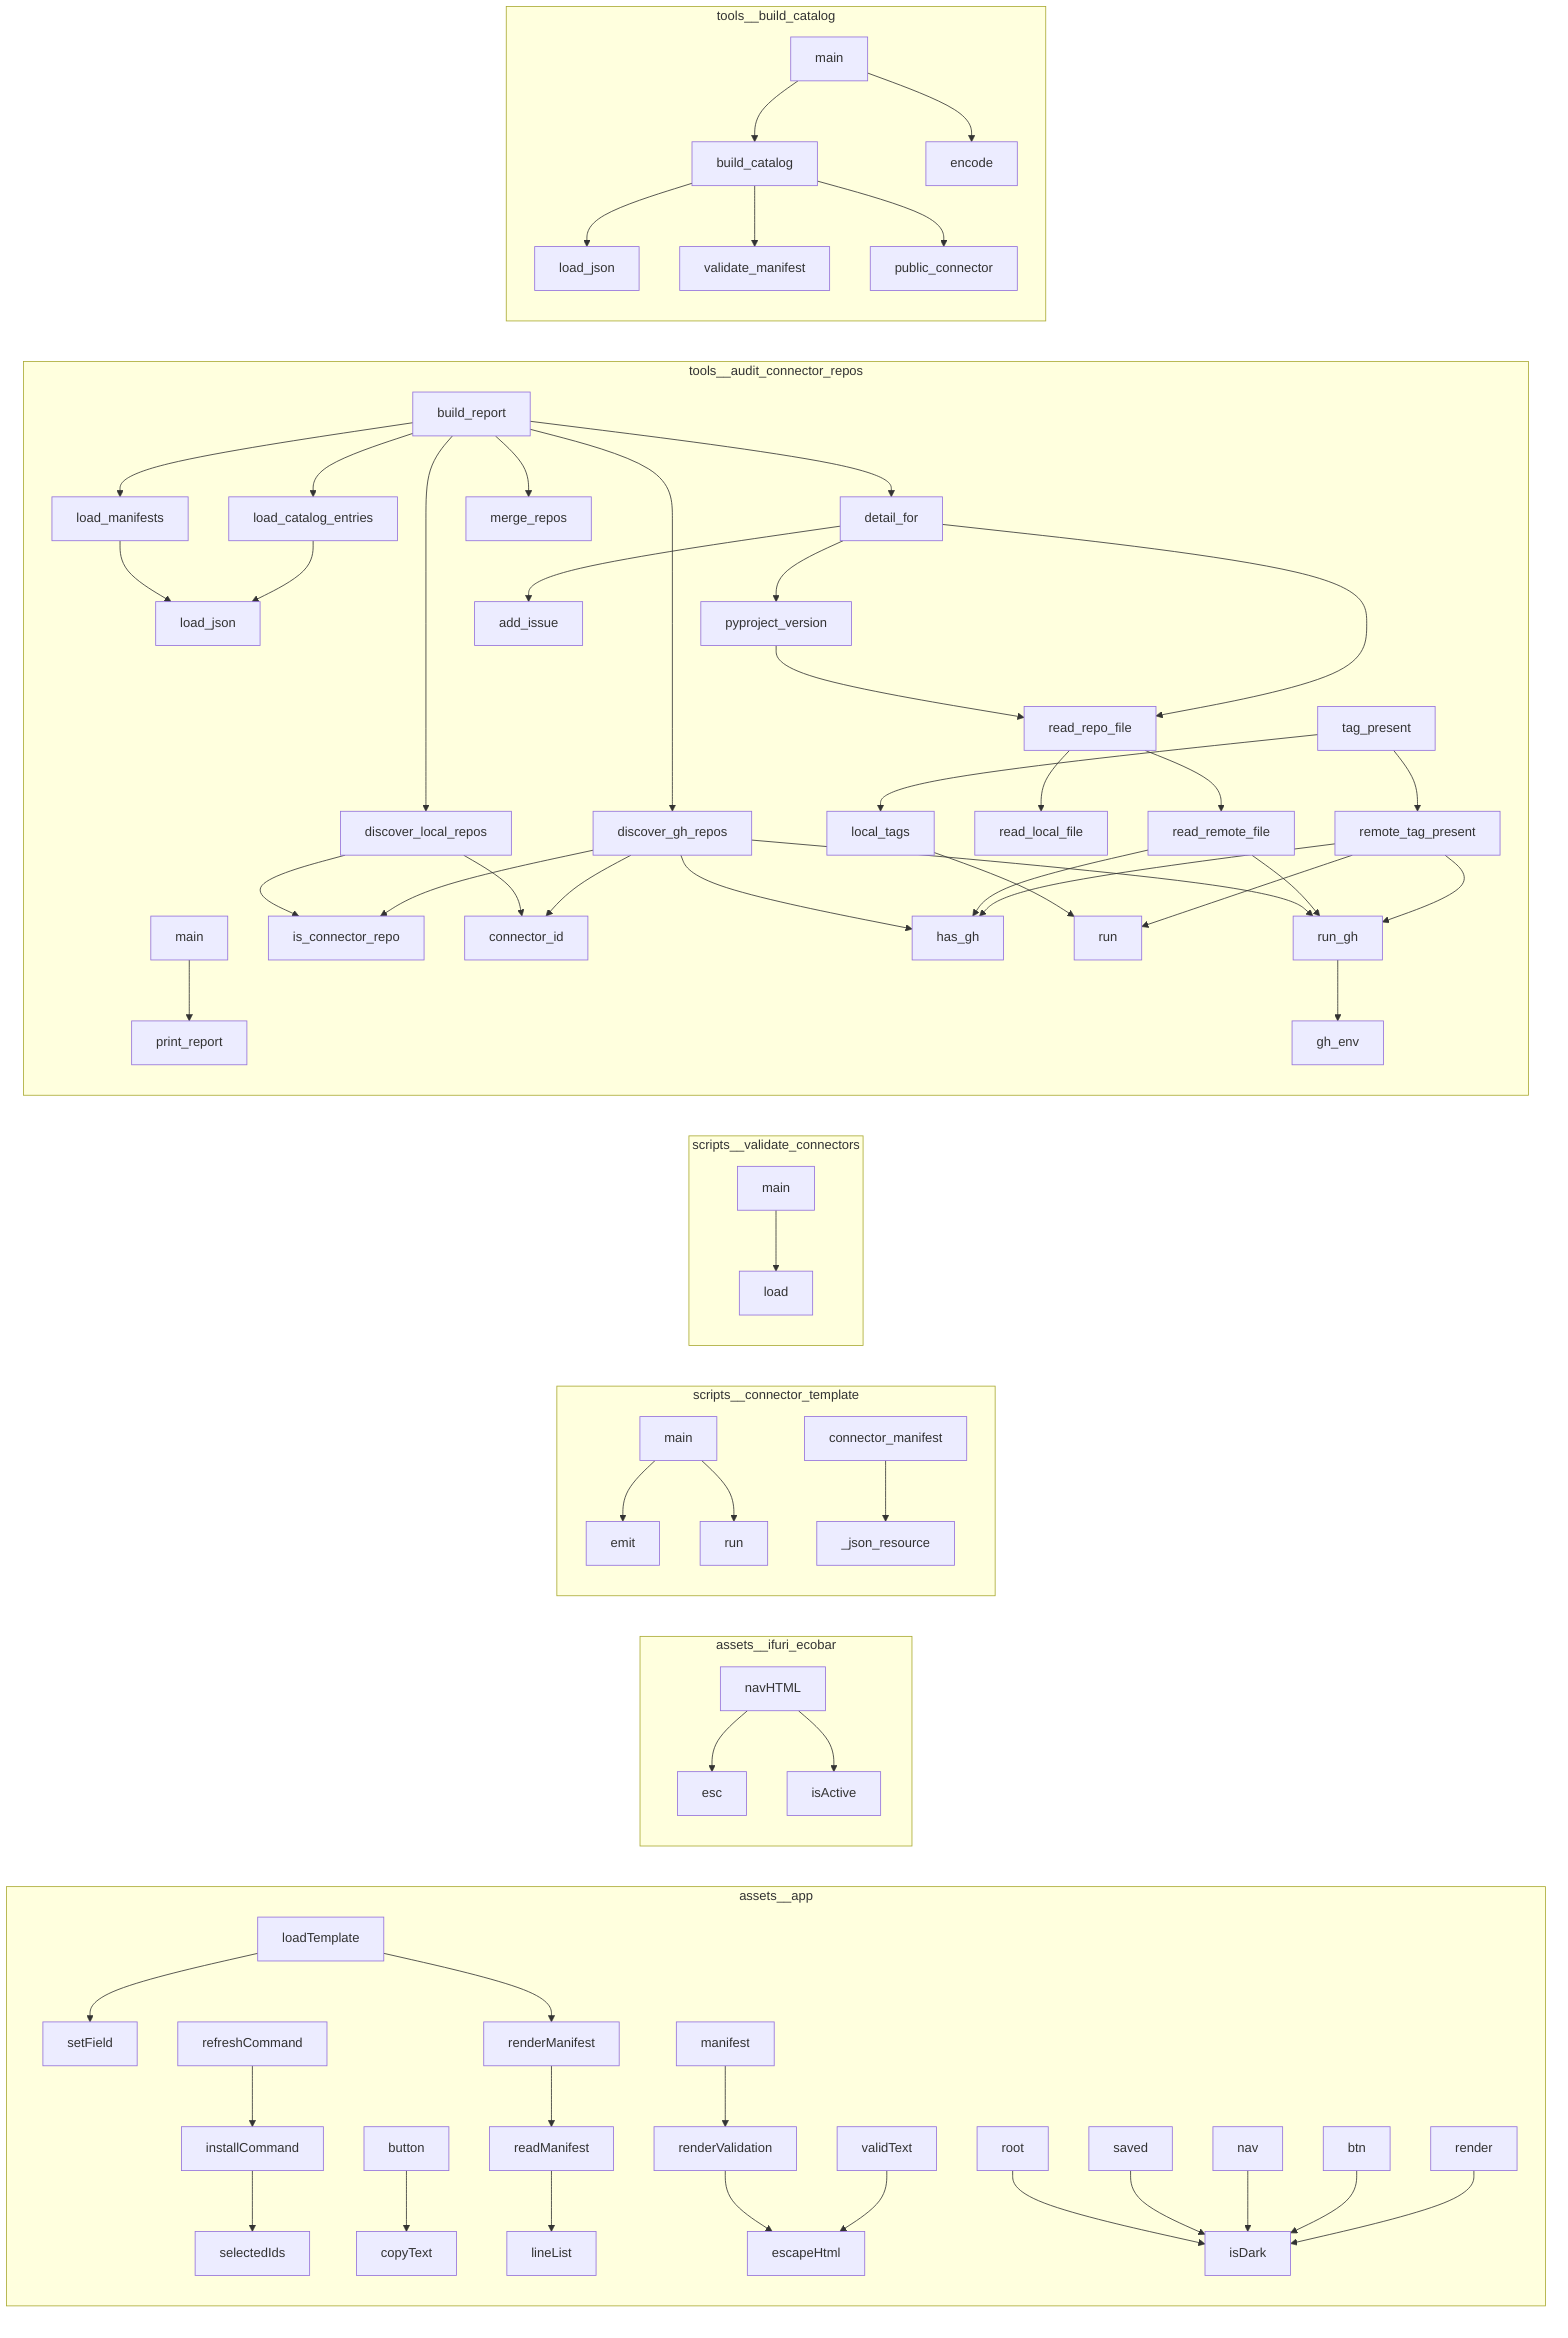
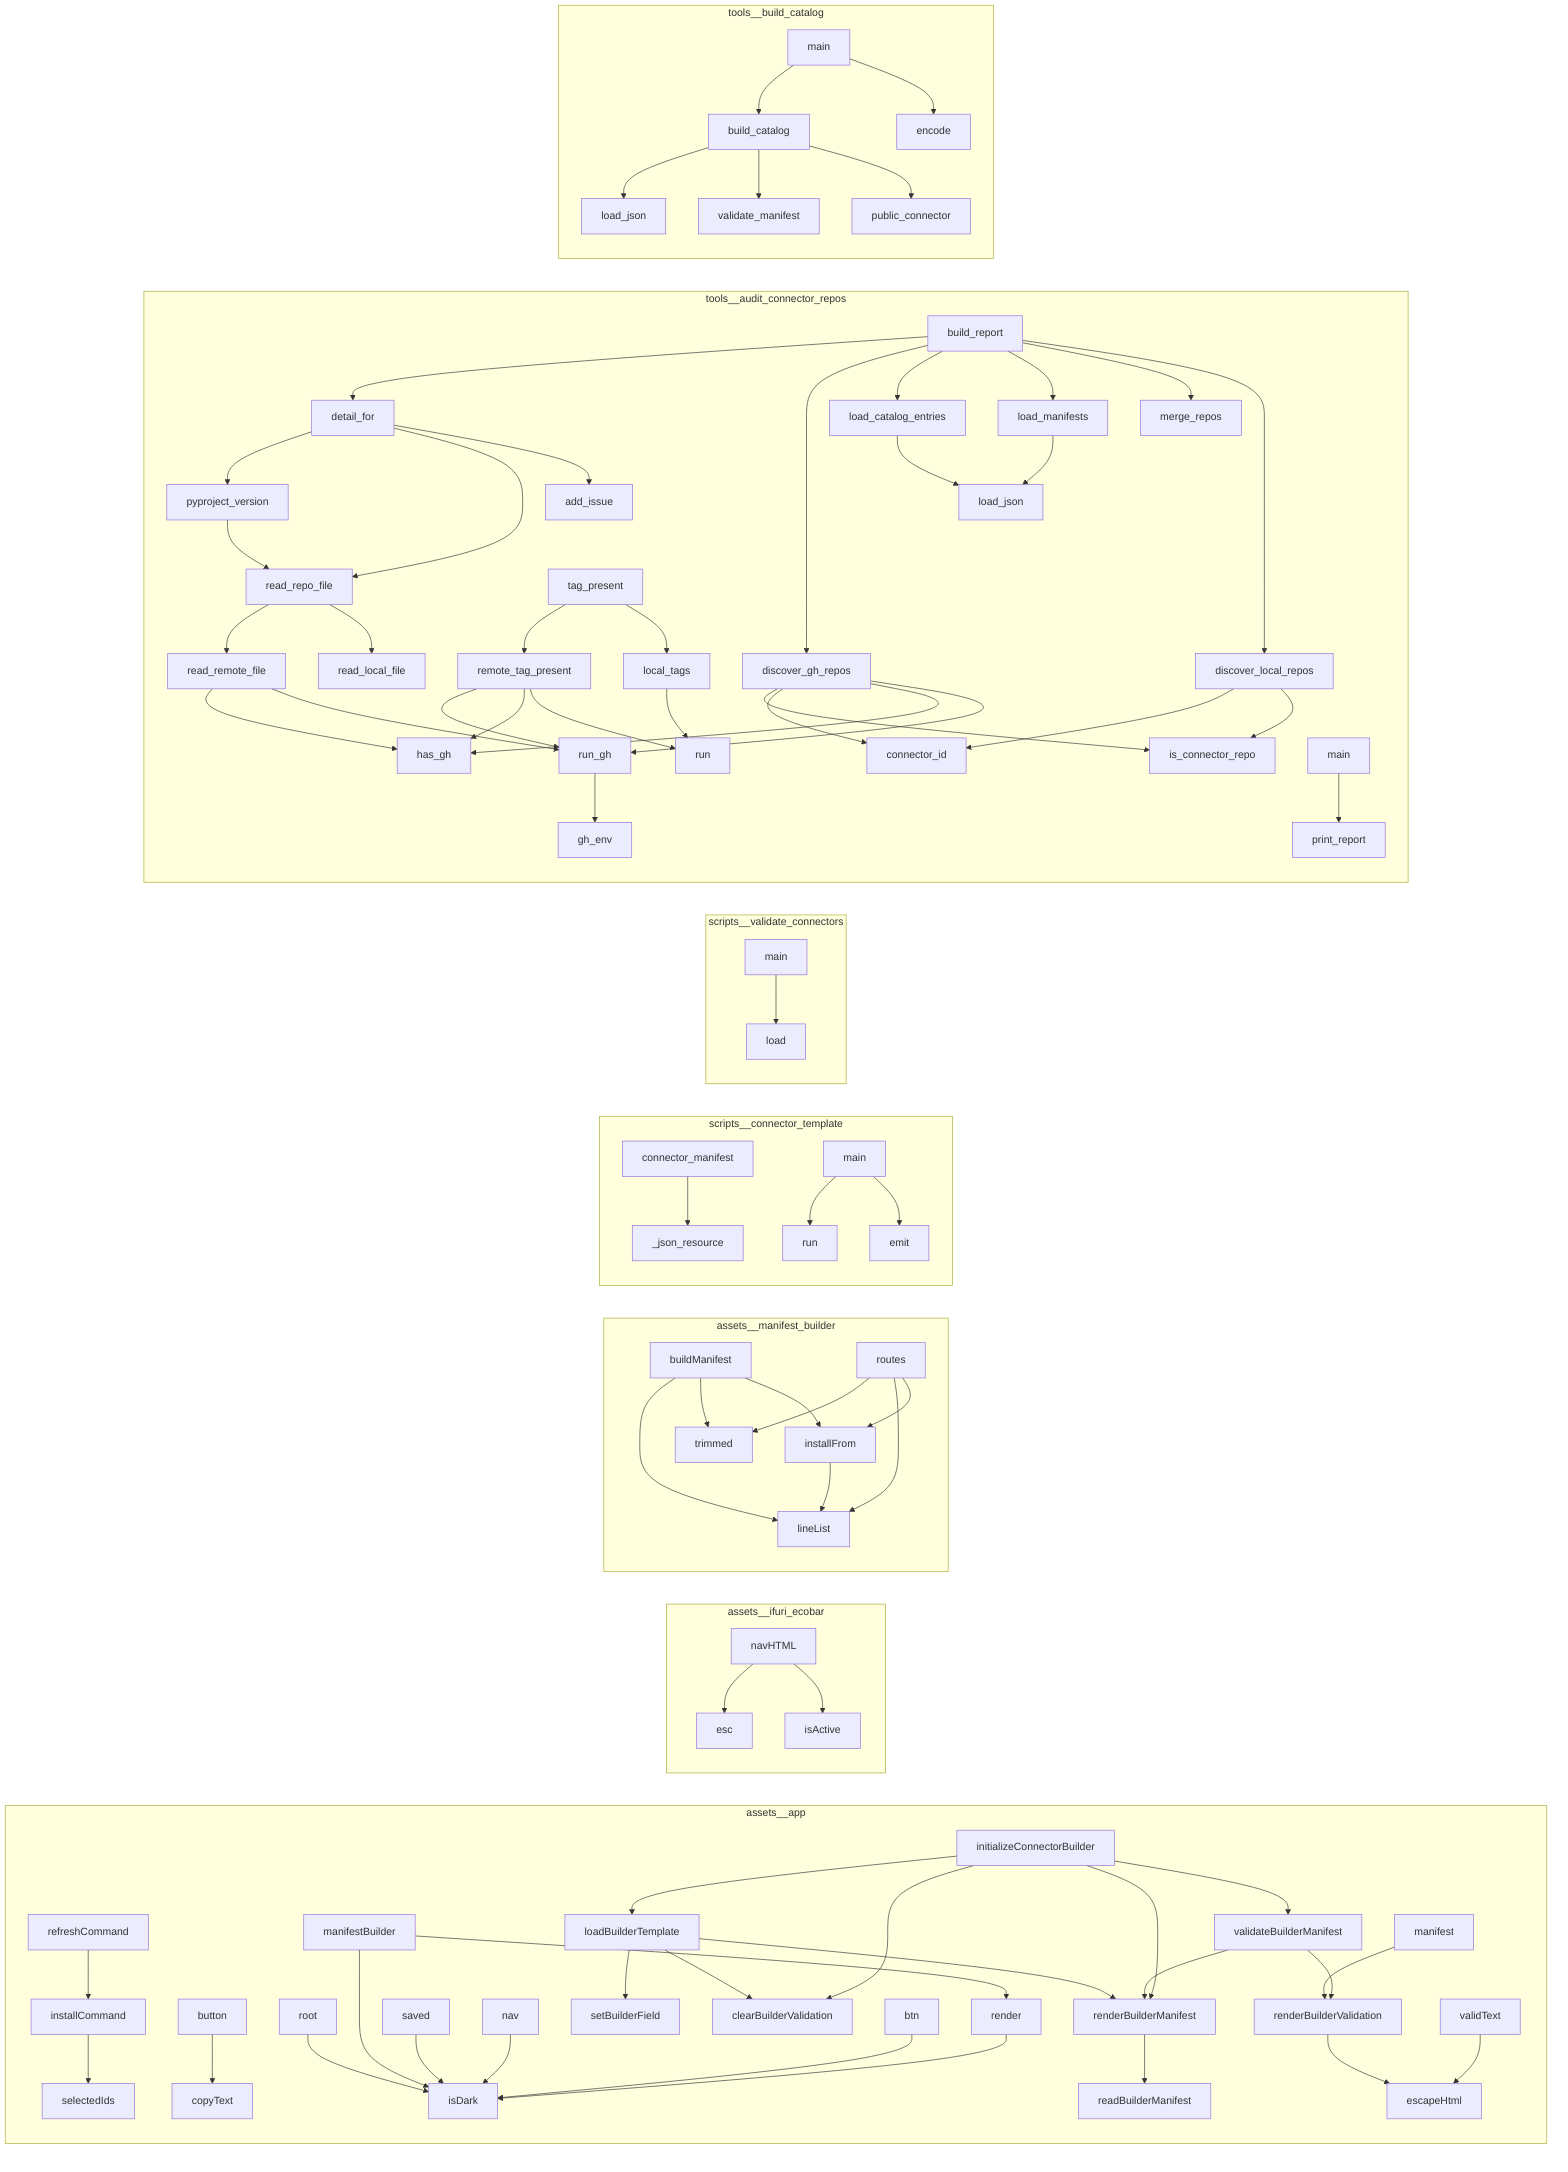
flowchart LR
%% generated in 0.00s
    subgraph assets__app
-         assets__app__setField["setField"]
-         assets__app__renderManifest["renderManifest"]
+         assets__app__renderBuilderManifest["renderBuilderManifest"]
+         assets__app__copyText["copyText"]
        assets__app__validText["validText"]
+         assets__app__validateBuilderManifest["validateBuilderManifest"]
+         assets__app__manifestBuilder["manifestBuilder"]
        assets__app__isDark["isDark"]
-         assets__app__lineList["lineList"]
+         assets__app__escapeHtml["escapeHtml"]
+         assets__app__root["root"]
+         assets__app__initializeConnectorBuilder["initializeConnectorBuilder"]
+         assets__app__btn["btn"]
+         assets__app__installCommand["installCommand"]
+         assets__app__loadBuilderTemplate["loadBuilderTemplate"]
+         assets__app__render["render"]
+         assets__app__button["button"]
+         assets__app__setBuilderField["setBuilderField"]
+         assets__app__refreshCommand["refreshCommand"]
+         assets__app__saved["saved"]
+         assets__app__readBuilderManifest["readBuilderManifest"]
        assets__app__selectedIds["selectedIds"]
-         assets__app__refreshCommand["refreshCommand"]
-         assets__app__root["root"]
-         assets__app__render["render"]
-         assets__app__readManifest["readManifest"]
+         assets__app__clearBuilderValidation["clearBuilderValidation"]
        assets__app__nav["nav"]
-         assets__app__installCommand["installCommand"]
-         assets__app__renderValidation["renderValidation"]
-         assets__app__btn["btn"]
-         assets__app__button["button"]
        assets__app__manifest["manifest"]
-         assets__app__copyText["copyText"]
-         assets__app__escapeHtml["escapeHtml"]
-         assets__app__saved["saved"]
-         assets__app__loadTemplate["loadTemplate"]
+         assets__app__renderBuilderValidation["renderBuilderValidation"]
    end
    subgraph assets__ifuri_ecobar
+         assets__ifuri_ecobar__esc["esc"]
+         assets__ifuri_ecobar__isActive["isActive"]
        assets__ifuri_ecobar__navHTML["navHTML"]
-         assets__ifuri_ecobar__isActive["isActive"]
-         assets__ifuri_ecobar__esc["esc"]
+     end
+     subgraph assets__manifest_builder
+         assets__manifest_builder__installFrom["installFrom"]
+         assets__manifest_builder__trimmed["trimmed"]
+         assets__manifest_builder__routes["routes"]
+         assets__manifest_builder__buildManifest["buildManifest"]
+         assets__manifest_builder__lineList["lineList"]
    end
    subgraph scripts__connector_template
+         scripts__connector_template__pkg__core__run["run"]
+         scripts__connector_template__pkg__core___json_resource["_json_resource"]
+         scripts__connector_template__pkg__cli__main["main"]
        scripts__connector_template__pkg__cli__emit["emit"]
        scripts__connector_template__pkg__core__connector_manifest["connector_manifest"]
-         scripts__connector_template__pkg__cli__main["main"]
-         scripts__connector_template__pkg__core___json_resource["_json_resource"]
-         scripts__connector_template__pkg__core__run["run"]
    end
    subgraph scripts__validate_connectors
+         scripts__validate_connectors__main["main"]
        scripts__validate_connectors__load["load"]
-         scripts__validate_connectors__main["main"]
    end
    subgraph tools__audit_connector_repos
+         tools__audit_connector_repos__local_tags["local_tags"]
+         tools__audit_connector_repos__is_connector_repo["is_connector_repo"]
+         tools__audit_connector_repos__detail_for["detail_for"]
+         tools__audit_connector_repos__read_remote_file["read_remote_file"]
+         tools__audit_connector_repos__pyproject_version["pyproject_version"]
+         tools__audit_connector_repos__read_local_file["read_local_file"]
        tools__audit_connector_repos__print_report["print_report"]
+         tools__audit_connector_repos__main["main"]
+         tools__audit_connector_repos__run_gh["run_gh"]
+         tools__audit_connector_repos__has_gh["has_gh"]
+         tools__audit_connector_repos__load_json["load_json"]
+         tools__audit_connector_repos__load_catalog_entries["load_catalog_entries"]
+         tools__audit_connector_repos__gh_env["gh_env"]
        tools__audit_connector_repos__load_manifests["load_manifests"]
        tools__audit_connector_repos__read_repo_file["read_repo_file"]
-         tools__audit_connector_repos__has_gh["has_gh"]
+         tools__audit_connector_repos__add_issue["add_issue"]
+         tools__audit_connector_repos__remote_tag_present["remote_tag_present"]
+         tools__audit_connector_repos__build_report["build_report"]
+         tools__audit_connector_repos__discover_local_repos["discover_local_repos"]
+         tools__audit_connector_repos__merge_repos["merge_repos"]
        tools__audit_connector_repos__discover_gh_repos["discover_gh_repos"]
-         tools__audit_connector_repos__load_json["load_json"]
-         tools__audit_connector_repos__detail_for["detail_for"]
-         tools__audit_connector_repos__read_remote_file["read_remote_file"]
-         tools__audit_connector_repos__discover_local_repos["discover_local_repos"]
-         tools__audit_connector_repos__is_connector_repo["is_connector_repo"]
-         tools__audit_connector_repos__run_gh["run_gh"]
+         tools__audit_connector_repos__tag_present["tag_present"]
+         tools__audit_connector_repos__connector_id["connector_id"]
        tools__audit_connector_repos__run["run"]
-         tools__audit_connector_repos__remote_tag_present["remote_tag_present"]
-         tools__audit_connector_repos__add_issue["add_issue"]
-         tools__audit_connector_repos__connector_id["connector_id"]
-         tools__audit_connector_repos__build_report["build_report"]
-         tools__audit_connector_repos__load_catalog_entries["load_catalog_entries"]
-         tools__audit_connector_repos__read_local_file["read_local_file"]
-         tools__audit_connector_repos__local_tags["local_tags"]
-         tools__audit_connector_repos__gh_env["gh_env"]
-         tools__audit_connector_repos__tag_present["tag_present"]
-         tools__audit_connector_repos__merge_repos["merge_repos"]
-         tools__audit_connector_repos__main["main"]
-         tools__audit_connector_repos__pyproject_version["pyproject_version"]
    end
    subgraph tools__build_catalog
        tools__build_catalog__load_json["load_json"]
+         tools__build_catalog__main["main"]
+         tools__build_catalog__public_connector["public_connector"]
+         tools__build_catalog__encode["encode"]
+         tools__build_catalog__build_catalog["build_catalog"]
        tools__build_catalog__validate_manifest["validate_manifest"]
-         tools__build_catalog__public_connector["public_connector"]
-         tools__build_catalog__main["main"]
-         tools__build_catalog__build_catalog["build_catalog"]
-         tools__build_catalog__encode["encode"]
    end
+     assets__manifest_builder__installFrom --> assets__manifest_builder__lineList
+     assets__manifest_builder__buildManifest --> assets__manifest_builder__lineList
+     assets__manifest_builder__buildManifest --> assets__manifest_builder__trimmed
+     assets__manifest_builder__buildManifest --> assets__manifest_builder__installFrom
+     assets__manifest_builder__routes --> assets__manifest_builder__trimmed
+     assets__manifest_builder__routes --> assets__manifest_builder__lineList
+     assets__manifest_builder__routes --> assets__manifest_builder__installFrom
    assets__ifuri_ecobar__navHTML --> assets__ifuri_ecobar__esc
    assets__ifuri_ecobar__navHTML --> assets__ifuri_ecobar__isActive
    assets__app__installCommand --> assets__app__selectedIds
    assets__app__refreshCommand --> assets__app__installCommand
    assets__app__button --> assets__app__copyText
-     assets__app__readManifest --> assets__app__lineList
-     assets__app__renderManifest --> assets__app__readManifest
-     assets__app__manifest --> assets__app__renderValidation
-     assets__app__renderValidation --> assets__app__escapeHtml
+     assets__app__root --> assets__app__isDark
+     assets__app__renderBuilderManifest --> assets__app__readBuilderManifest
+     assets__app__manifest --> assets__app__renderBuilderValidation
+     assets__app__renderBuilderValidation --> assets__app__escapeHtml
    assets__app__validText --> assets__app__escapeHtml
-     assets__app__loadTemplate --> assets__app__setField
-     assets__app__loadTemplate --> assets__app__renderManifest
-     assets__app__root --> assets__app__isDark
+     assets__app__loadBuilderTemplate --> assets__app__setBuilderField
+     assets__app__loadBuilderTemplate --> assets__app__clearBuilderValidation
+     assets__app__loadBuilderTemplate --> assets__app__renderBuilderManifest
+     assets__app__validateBuilderManifest --> assets__app__renderBuilderManifest
+     assets__app__validateBuilderManifest --> assets__app__renderBuilderValidation
+     assets__app__initializeConnectorBuilder --> assets__app__loadBuilderTemplate
+     assets__app__initializeConnectorBuilder --> assets__app__renderBuilderManifest
+     assets__app__initializeConnectorBuilder --> assets__app__validateBuilderManifest
+     assets__app__initializeConnectorBuilder --> assets__app__clearBuilderValidation
+     assets__app__manifestBuilder --> assets__app__isDark
+     assets__app__manifestBuilder --> assets__app__render
    assets__app__saved --> assets__app__isDark
    assets__app__nav --> assets__app__isDark
    assets__app__btn --> assets__app__isDark
    assets__app__render --> assets__app__isDark
-     scripts__validate_connectors__main --> scripts__validate_connectors__load
+     scripts__connector_template__pkg__core__connector_manifest --> scripts__connector_template__pkg__core___json_resource
    scripts__connector_template__pkg__cli__main --> scripts__connector_template__pkg__core__run
    scripts__connector_template__pkg__cli__main --> scripts__connector_template__pkg__cli__emit
-     scripts__connector_template__pkg__core__connector_manifest --> scripts__connector_template__pkg__core___json_resource
+     scripts__validate_connectors__main --> scripts__validate_connectors__load
    tools__build_catalog__build_catalog --> tools__build_catalog__load_json
    tools__build_catalog__build_catalog --> tools__build_catalog__validate_manifest
    tools__build_catalog__build_catalog --> tools__build_catalog__public_connector
    tools__build_catalog__main --> tools__build_catalog__encode
    tools__build_catalog__main --> tools__build_catalog__build_catalog
    tools__audit_connector_repos__run_gh --> tools__audit_connector_repos__gh_env
    tools__audit_connector_repos__discover_local_repos --> tools__audit_connector_repos__is_connector_repo
    tools__audit_connector_repos__discover_local_repos --> tools__audit_connector_repos__connector_id
    tools__audit_connector_repos__discover_gh_repos --> tools__audit_connector_repos__run_gh
    tools__audit_connector_repos__discover_gh_repos --> tools__audit_connector_repos__has_gh
    tools__audit_connector_repos__discover_gh_repos --> tools__audit_connector_repos__connector_id
    tools__audit_connector_repos__discover_gh_repos --> tools__audit_connector_repos__is_connector_repo
    tools__audit_connector_repos__load_manifests --> tools__audit_connector_repos__load_json
    tools__audit_connector_repos__load_catalog_entries --> tools__audit_connector_repos__load_json
    tools__audit_connector_repos__read_remote_file --> tools__audit_connector_repos__run_gh
    tools__audit_connector_repos__read_remote_file --> tools__audit_connector_repos__has_gh
    tools__audit_connector_repos__read_repo_file --> tools__audit_connector_repos__read_local_file
    tools__audit_connector_repos__read_repo_file --> tools__audit_connector_repos__read_remote_file
    tools__audit_connector_repos__pyproject_version --> tools__audit_connector_repos__read_repo_file
    tools__audit_connector_repos__local_tags --> tools__audit_connector_repos__run
    tools__audit_connector_repos__remote_tag_present --> tools__audit_connector_repos__run
    tools__audit_connector_repos__remote_tag_present --> tools__audit_connector_repos__has_gh
    tools__audit_connector_repos__remote_tag_present --> tools__audit_connector_repos__run_gh
    tools__audit_connector_repos__tag_present --> tools__audit_connector_repos__local_tags
    tools__audit_connector_repos__tag_present --> tools__audit_connector_repos__remote_tag_present
    tools__audit_connector_repos__detail_for --> tools__audit_connector_repos__add_issue
    tools__audit_connector_repos__detail_for --> tools__audit_connector_repos__read_repo_file
    tools__audit_connector_repos__detail_for --> tools__audit_connector_repos__pyproject_version
    tools__audit_connector_repos__build_report --> tools__audit_connector_repos__discover_local_repos
    tools__audit_connector_repos__build_report --> tools__audit_connector_repos__merge_repos
    tools__audit_connector_repos__build_report --> tools__audit_connector_repos__load_manifests
    tools__audit_connector_repos__build_report --> tools__audit_connector_repos__load_catalog_entries
    tools__audit_connector_repos__build_report --> tools__audit_connector_repos__discover_gh_repos
    tools__audit_connector_repos__build_report --> tools__audit_connector_repos__detail_for
    tools__audit_connector_repos__main --> tools__audit_connector_repos__print_report
